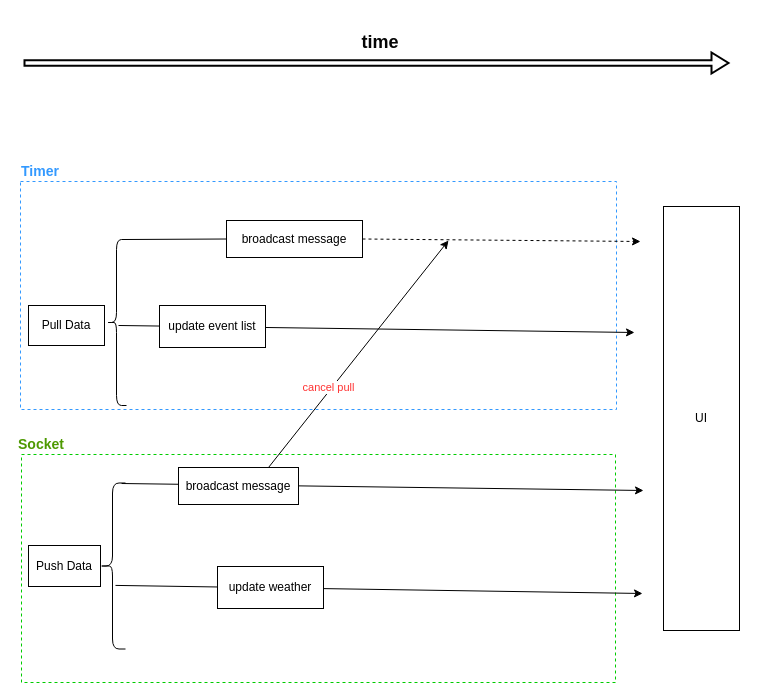
pgliang001/hellow-world keeps this draw.io diagram as Untitled Diagram.drawio. Above is the earlier version. Source tidied: cells renumbered, new cells numbered last; positions are measured from the earlier drawing's top-left corner, leaving out a move shared by most shapes. Both pictures are drawn from the tidied source at 100%, with x=0, y=0 at pixel (20, 23).
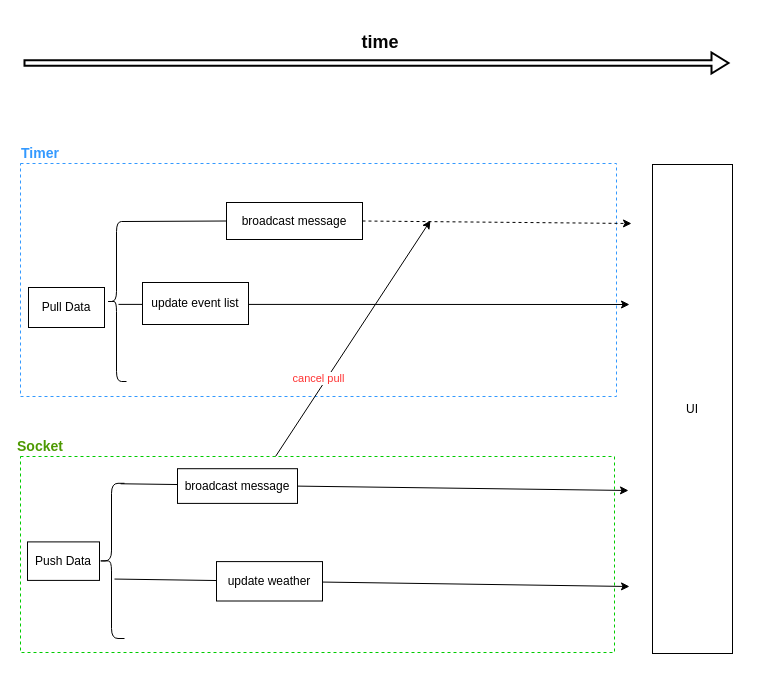
The same page after the edit.

Diff of the diagram source:
```diff
@@
     <mxCell id="2" value="UI" style="rounded=0;whiteSpace=wrap;html=1;" parent="1" vertex="1">
-      <mxGeometry x="643" y="183" width="76" height="424" as="geometry" />
+      <mxGeometry x="632" y="141" width="80" height="489" as="geometry" />
     </mxCell>
@@
-    <mxCell id="5" style="group;" parent="1" vertex="1">
-      <mxGeometry y="138" width="620" height="248" as="geometry" />
-    </mxCell>
-    <mxCell id="6" style="rounded=0;whiteSpace=wrap;html=1;fontColor=#FF3333;dashed=1;strokeColor=#3399FF;" parent="5" vertex="1">
-      <mxGeometry y="20" width="596" height="228" as="geometry" />
+    <mxCell id="6" style="rounded=0;whiteSpace=wrap;html=1;fontColor=#FF3333;dashed=1;strokeColor=#3399FF;" parent="1" vertex="1">
+      <mxGeometry y="140" width="596" height="233" as="geometry" />
     </mxCell>
-    <mxCell id="7" value="Pull Data" style="rounded=0;whiteSpace=wrap;html=1;" parent="5" vertex="1">
-      <mxGeometry x="8" y="144" width="76" height="40" as="geometry" />
+    <mxCell id="7" value="Pull Data" style="rounded=0;whiteSpace=wrap;html=1;" parent="1" vertex="1">
+      <mxGeometry x="8" y="264" width="76" height="40" as="geometry" />
     </mxCell>
-    <mxCell id="8" style="shape=curlyBracket;whiteSpace=wrap;html=1;rounded=1;" parent="5" vertex="1">
-      <mxGeometry x="86" y="78" width="20" height="166" as="geometry" />
+    <mxCell id="8" style="shape=curlyBracket;whiteSpace=wrap;html=1;rounded=1;" parent="1" vertex="1">
+      <mxGeometry x="86" y="198" width="20" height="160" as="geometry" />
     </mxCell>
-    <mxCell id="9" value="broadcast message" style="rounded=0;whiteSpace=wrap;html=1;" parent="5" vertex="1">
-      <mxGeometry x="206" y="59" width="136" height="37" as="geometry" />
+    <mxCell id="9" value="broadcast message" style="rounded=0;whiteSpace=wrap;html=1;" parent="1" vertex="1">
+      <mxGeometry x="206" y="179" width="136" height="37" as="geometry" />
     </mxCell>
-    <mxCell id="10" style="endArrow=classic;html=1;dashed=1;exitX=1;exitY=0.5;exitDx=0;exitDy=0;" parent="5" edge="1" source="9">
-      <mxGeometry relative="1" as="geometry">
-        <mxPoint x="620" y="80" as="targetPoint" />
+    <mxCell id="10" style="endArrow=classic;html=1;dashed=1;exitX=1;exitY=0.5;exitDx=0;exitDy=0;" parent="1" edge="1" source="9">
+      <mxGeometry x="57" y="185" as="geometry">
+        <mxPoint x="611" y="200" as="targetPoint" />
       </mxGeometry>
     </mxCell>
-    <mxCell id="11" style="endArrow=none;html=1;entryX=0;entryY=0.5;entryDx=0;entryDy=0;" parent="5" edge="1" target="9">
-      <mxGeometry relative="1" as="geometry">
-        <mxPoint x="104" y="78" as="sourcePoint" />
+    <mxCell id="11" style="endArrow=none;html=1;entryX=0;entryY=0.5;entryDx=0;entryDy=0;" parent="1" edge="1" target="9">
+      <mxGeometry x="57" y="185" as="geometry">
+        <mxPoint x="104" y="198" as="sourcePoint" />
       </mxGeometry>
     </mxCell>
-    <mxCell id="12" style="endArrow=classic;html=1;fontColor=#FF3333;exitX=0.6;exitY=0.518;exitDx=0;exitDy=0;exitPerimeter=0;" parent="5" edge="1" source="8">
-      <mxGeometry relative="1" as="geometry">
-        <mxPoint x="614" y="171" as="targetPoint" />
+    <mxCell id="12" style="endArrow=classic;html=1;fontColor=#FF3333;exitX=0.6;exitY=0.518;exitDx=0;exitDy=0;exitPerimeter=0;" parent="1" edge="1" source="8">
+      <mxGeometry x="57" y="185" as="geometry">
+        <mxPoint x="609" y="281" as="targetPoint" />
       </mxGeometry>
     </mxCell>
-    <mxCell id="13" value="&lt;font color=&quot;#000000&quot;&gt;update event list&lt;/font&gt;" style="rounded=0;whiteSpace=wrap;html=1;fontColor=#FF3333;" parent="5" vertex="1">
-      <mxGeometry x="139" y="144" width="106" height="42" as="geometry" />
+    <mxCell id="13" value="&lt;font color=&quot;#000000&quot;&gt;update event list&lt;/font&gt;" style="rounded=0;whiteSpace=wrap;html=1;fontColor=#FF3333;" parent="1" vertex="1">
+      <mxGeometry x="122" y="259" width="106" height="42" as="geometry" />
     </mxCell>
-    <mxCell id="14" value="&lt;h3&gt;&lt;font color=&quot;#3399ff&quot;&gt;Timer&lt;/font&gt;&lt;/h3&gt;" style="text;html=1;strokeColor=none;fillColor=none;align=center;verticalAlign=middle;whiteSpace=wrap;rounded=0;dashed=1;fontColor=#FF3333;" parent="5" vertex="1">
-      <mxGeometry width="40" height="20" as="geometry" />
+    <mxCell id="14" value="&lt;h3&gt;&lt;font color=&quot;#3399ff&quot;&gt;Timer&lt;/font&gt;&lt;/h3&gt;" style="text;html=1;strokeColor=none;fillColor=none;align=center;verticalAlign=middle;whiteSpace=wrap;rounded=0;dashed=1;fontColor=#FF3333;" parent="1" vertex="1">
+      <mxGeometry y="120" width="40" height="20" as="geometry" />
     </mxCell>
-    <mxCell id="15" style="group;" parent="1" vertex="1">
-      <mxGeometry x="1" y="411" width="622" height="248" as="geometry" />
-    </mxCell>
-    <mxCell id="16" style="group;" parent="15" vertex="1">
-      <mxGeometry y="20" width="622" height="228" as="geometry" />
-    </mxCell>
+    <mxCell id="25" style="endArrow=classic;html=1;exitX=0.75;exitY=0;exitDx=0;exitDy=0;" parent="1" edge="1" source="21">
+      <mxGeometry relative="1" as="geometry">
+        <mxPoint x="410" y="197" as="targetPoint" />
+      </mxGeometry>
+    </mxCell>
+    <mxCell id="26" value="cancel pull" style="edgeLabel;html=1;align=center;verticalAlign=middle;fontColor=#FF3333;" parent="25" vertex="1">
+      <mxGeometry relative="1" as="geometry">
+        <mxPoint x="-31" y="33" as="offset" />
+      </mxGeometry>
+    </mxCell>
+    <mxCell id="24" value="&lt;h3&gt;&lt;font color=&quot;#4d9900&quot;&gt;Socket&lt;/font&gt;&lt;/h3&gt;" style="text;html=1;strokeColor=none;fillColor=none;align=center;verticalAlign=middle;whiteSpace=wrap;rounded=0;dashed=1;fontColor=#FF3333;" parent="1" vertex="1">
+      <mxGeometry y="413" width="40" height="20" as="geometry" />
+    </mxCell>
-    <mxCell id="17" style="rounded=0;whiteSpace=wrap;html=1;fontColor=#FF3333;dashed=1;strokeColor=#00CC00;" parent="16" vertex="1">
-      <mxGeometry width="594" height="228" as="geometry" />
+    <mxCell id="17" style="rounded=0;whiteSpace=wrap;html=1;fontColor=#FF3333;dashed=1;strokeColor=#00CC00;" parent="1" vertex="1">
+      <mxGeometry y="433" width="594" height="196" as="geometry" />
     </mxCell>
-    <mxCell id="18" style="endArrow=classic;html=1;exitX=0.85;exitY=0.003;exitDx=0;exitDy=0;exitPerimeter=0;" parent="16" edge="1" source="20">
-      <mxGeometry relative="1" as="geometry">
-        <mxPoint x="622" y="36" as="targetPoint" />
+    <mxCell id="18" style="endArrow=classic;html=1;exitX=0.85;exitY=0.003;exitDx=0;exitDy=0;exitPerimeter=0;" parent="1" edge="1" source="20">
+      <mxGeometry x="57" y="498" as="geometry">
+        <mxPoint x="608" y="467" as="targetPoint" />
       </mxGeometry>
     </mxCell>
-    <mxCell id="19" value="Push Data" style="rounded=0;whiteSpace=wrap;html=1;" parent="16" vertex="1">
-      <mxGeometry x="7" y="91" width="72" height="41" as="geometry" />
+    <mxCell id="19" value="Push Data" style="rounded=0;whiteSpace=wrap;html=1;" parent="1" vertex="1">
+      <mxGeometry x="7" y="518.4" width="72" height="38.5" as="geometry" />
     </mxCell>
-    <mxCell id="20" style="shape=curlyBracket;whiteSpace=wrap;html=1;rounded=1;" parent="16" vertex="1">
-      <mxGeometry x="78" y="28.5" width="26" height="166" as="geometry" />
+    <mxCell id="20" style="shape=curlyBracket;whiteSpace=wrap;html=1;rounded=1;" parent="1" vertex="1">
+      <mxGeometry x="78" y="459.8" width="26" height="155.2" as="geometry" />
     </mxCell>
-    <mxCell id="21" value="broadcast message" style="rounded=0;whiteSpace=wrap;html=1;" parent="16" vertex="1">
-      <mxGeometry x="157" y="13" width="120" height="37" as="geometry" />
+    <mxCell id="21" value="broadcast message" style="rounded=0;whiteSpace=wrap;html=1;" parent="1" vertex="1">
+      <mxGeometry x="157" y="445.2" width="120" height="34.7" as="geometry" />
     </mxCell>
-    <mxCell id="22" style="endArrow=classic;html=1;fontColor=#FF3333;exitX=0.615;exitY=0.617;exitDx=0;exitDy=0;exitPerimeter=0;" parent="16" edge="1" source="20">
-      <mxGeometry relative="1" as="geometry">
-        <mxPoint x="621" y="139" as="targetPoint" />
+    <mxCell id="22" style="endArrow=classic;html=1;fontColor=#FF3333;exitX=0.615;exitY=0.617;exitDx=0;exitDy=0;exitPerimeter=0;" parent="1" edge="1" source="20">
+      <mxGeometry x="57" y="498" as="geometry">
+        <mxPoint x="609" y="563" as="targetPoint" />
       </mxGeometry>
     </mxCell>
-    <mxCell id="23" value="&lt;font color=&quot;#000000&quot;&gt;update weather&lt;/font&gt;" style="rounded=0;whiteSpace=wrap;html=1;fontColor=#FF3333;" parent="16" vertex="1">
-      <mxGeometry x="196" y="112" width="106" height="42" as="geometry" />
+    <mxCell id="23" value="&lt;font color=&quot;#000000&quot;&gt;update weather&lt;/font&gt;" style="rounded=0;whiteSpace=wrap;html=1;fontColor=#FF3333;" parent="1" vertex="1">
+      <mxGeometry x="196" y="538.1" width="106" height="39.4" as="geometry" />
     </mxCell>
-    <mxCell id="24" value="&lt;h3&gt;&lt;font color=&quot;#4d9900&quot;&gt;Socket&lt;/font&gt;&lt;/h3&gt;" style="text;html=1;strokeColor=none;fillColor=none;align=center;verticalAlign=middle;whiteSpace=wrap;rounded=0;dashed=1;fontColor=#FF3333;" parent="15" vertex="1">
-      <mxGeometry width="40" height="20" as="geometry" />
-    </mxCell>
-    <mxCell id="25" style="endArrow=classic;html=1;exitX=0.75;exitY=0;exitDx=0;exitDy=0;" parent="1" edge="1" source="21">
-      <mxGeometry relative="1" as="geometry">
-        <mxPoint x="428" y="217" as="targetPoint" />
-      </mxGeometry>
-    </mxCell>
-    <mxCell id="26" value="cancel pull" style="edgeLabel;html=1;align=center;verticalAlign=middle;fontColor=#FF3333;" parent="25" vertex="1">
-      <mxGeometry relative="1" as="geometry">
-        <mxPoint x="-31" y="33" as="offset" />
-      </mxGeometry>
-    </mxCell>
```
